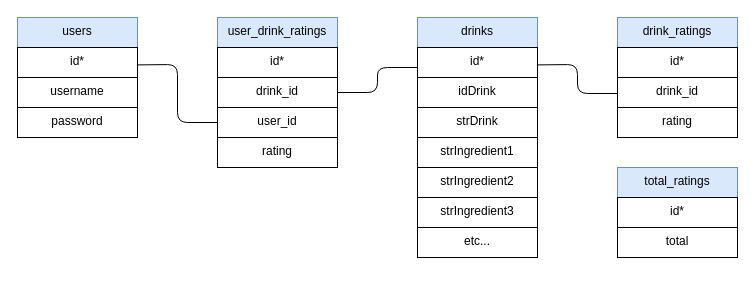
setlock10/phase4-cocktail-faceoff keeps this draw.io diagram as backend.drawio. Above is the earlier version. Source tidied: cells renumbered, new cells numbered last; positions are measured from the earlier drawing's top-left corner, leaving out a move shared by most shapes. Both pictures are drawn from the tidied source at 100%, with x=0, y=0 at pixel (17, 17).
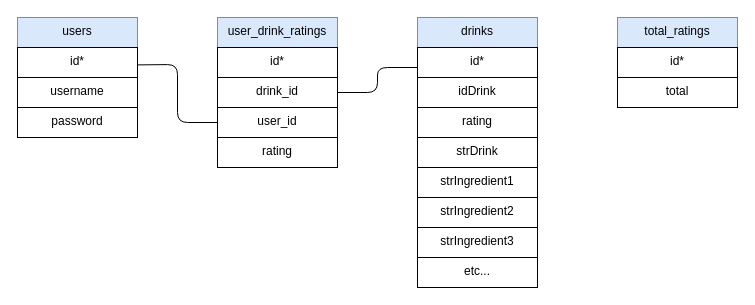
The same page after the edit.

The edit, as a diff of the source:
```diff
@@
     <mxCell id="5" value="strDrink" style="rounded=0;whiteSpace=wrap;html=1;verticalAlign=top;" parent="1" vertex="1">
-      <mxGeometry x="400" y="90" width="120" height="30" as="geometry" />
+      <mxGeometry x="400" y="120" width="120" height="30" as="geometry" />
     </mxCell>
     <mxCell id="6" value="strIngredient1" style="rounded=0;whiteSpace=wrap;html=1;verticalAlign=top;" parent="1" vertex="1">
-      <mxGeometry x="400" y="120" width="120" height="30" as="geometry" />
+      <mxGeometry x="400" y="150" width="120" height="30" as="geometry" />
     </mxCell>
     <mxCell id="7" value="strIngredient2" style="rounded=0;whiteSpace=wrap;html=1;verticalAlign=top;" parent="1" vertex="1">
-      <mxGeometry x="400" y="150" width="120" height="30" as="geometry" />
+      <mxGeometry x="400" y="180" width="120" height="30" as="geometry" />
     </mxCell>
     <mxCell id="8" value="strIngredient3" style="rounded=0;whiteSpace=wrap;html=1;verticalAlign=top;" parent="1" vertex="1">
-      <mxGeometry x="400" y="180" width="120" height="30" as="geometry" />
+      <mxGeometry x="400" y="210" width="120" height="30" as="geometry" />
     </mxCell>
     <mxCell id="9" value="etc..." style="rounded=0;whiteSpace=wrap;html=1;verticalAlign=top;" parent="1" vertex="1">
-      <mxGeometry x="400" y="210" width="120" height="30" as="geometry" />
+      <mxGeometry x="400" y="240" width="120" height="30" as="geometry" />
     </mxCell>
-    <mxCell id="10" value="drink_ratings" style="rounded=0;whiteSpace=wrap;html=1;verticalAlign=top;fillColor=#dae8fc;strokeColor=#6c8ebf;fontColor=#000000;" parent="1" vertex="1">
-      <mxGeometry x="600" width="120" height="30" as="geometry" />
-    </mxCell>
@@
-    <mxCell id="12" value="id*" style="rounded=0;whiteSpace=wrap;html=1;verticalAlign=top;" parent="1" vertex="1">
-      <mxGeometry x="600" y="30" width="120" height="30" as="geometry" />
-    </mxCell>
-    <mxCell id="13" style="endArrow=none;html=1;fontColor=#000000;entryX=0;entryY=0.25;entryDx=0;entryDy=0;exitX=1;exitY=0.137;exitDx=0;exitDy=0;exitPerimeter=0;" parent="1" edge="1">
-      <mxGeometry relative="1" as="geometry">
-        <mxPoint x="520" y="47.4" as="sourcePoint" />
-        <mxPoint x="600" y="76" as="targetPoint" />
-        <Array as="points">
-          <mxPoint x="560" y="47" />
-          <mxPoint x="560" y="76" />
-        </Array>
-      </mxGeometry>
-    </mxCell>
@@
-    <mxCell id="22" value="drink_id" style="rounded=0;whiteSpace=wrap;html=1;verticalAlign=top;" parent="1" vertex="1">
-      <mxGeometry x="600" y="60" width="120" height="30" as="geometry" />
-    </mxCell>
     <mxCell id="23" value="rating" style="rounded=0;whiteSpace=wrap;html=1;verticalAlign=top;" parent="1" vertex="1">
-      <mxGeometry x="600" y="90" width="120" height="30" as="geometry" />
+      <mxGeometry x="400" y="90" width="120" height="30" as="geometry" />
     </mxCell>
@@
     <mxCell id="25" value="total_ratings" style="rounded=0;whiteSpace=wrap;html=1;verticalAlign=top;fillColor=#dae8fc;strokeColor=#6c8ebf;fontColor=#000000;" parent="1" vertex="1">
-      <mxGeometry x="600" y="150" width="120" height="30" as="geometry" />
+      <mxGeometry x="600" width="120" height="30" as="geometry" />
     </mxCell>
     <mxCell id="26" value="id*" style="rounded=0;whiteSpace=wrap;html=1;verticalAlign=top;" parent="1" vertex="1">
-      <mxGeometry x="600" y="180" width="120" height="30" as="geometry" />
+      <mxGeometry x="600" y="30" width="120" height="30" as="geometry" />
     </mxCell>
     <mxCell id="27" value="total" style="rounded=0;whiteSpace=wrap;html=1;verticalAlign=top;" parent="1" vertex="1">
-      <mxGeometry x="600" y="210" width="120" height="30" as="geometry" />
+      <mxGeometry x="600" y="60" width="120" height="30" as="geometry" />
     </mxCell>
```
